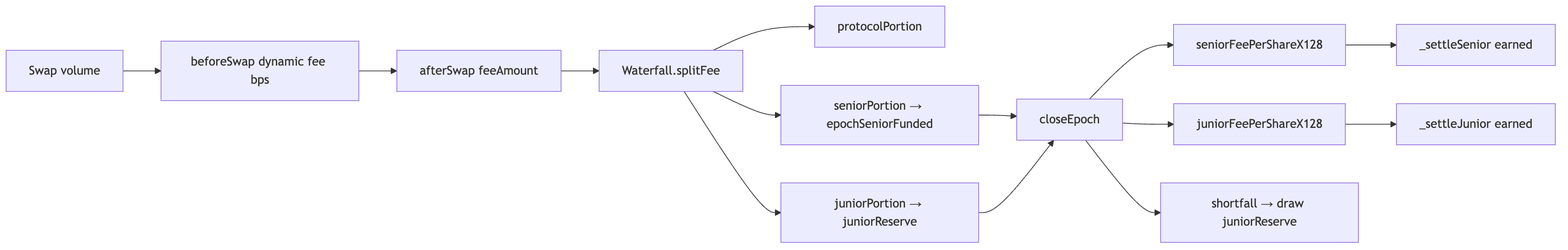
Earlier version of the Mermaid export docs/diagrams/png/fee-waterfall.png (guglxni/STRATUM). Its source is kept beside it as docs/diagrams/mermaid/fee-waterfall.mmd. Source of this version:
```mermaid
flowchart LR
    S[Swap volume] --> F[beforeSwap dynamic fee bps]
    F --> A[afterSwap feeAmount]
    A --> W[Waterfall.splitFee]
    W --> P[protocolPortion]
    W --> SN[seniorPortion → epochSeniorFunded]
    W --> JU[juniorPortion → juniorReserve]

    SN --> CE[closeEpoch]
    JU --> CE
    CE --> SF[seniorFeePerShareX128]
    CE --> JF[juniorFeePerShareX128]
    CE --> SH[shortfall → draw juniorReserve]

    SF --> SET[_settleSenior earned]
    JF --> SET2[_settleJunior earned]
```
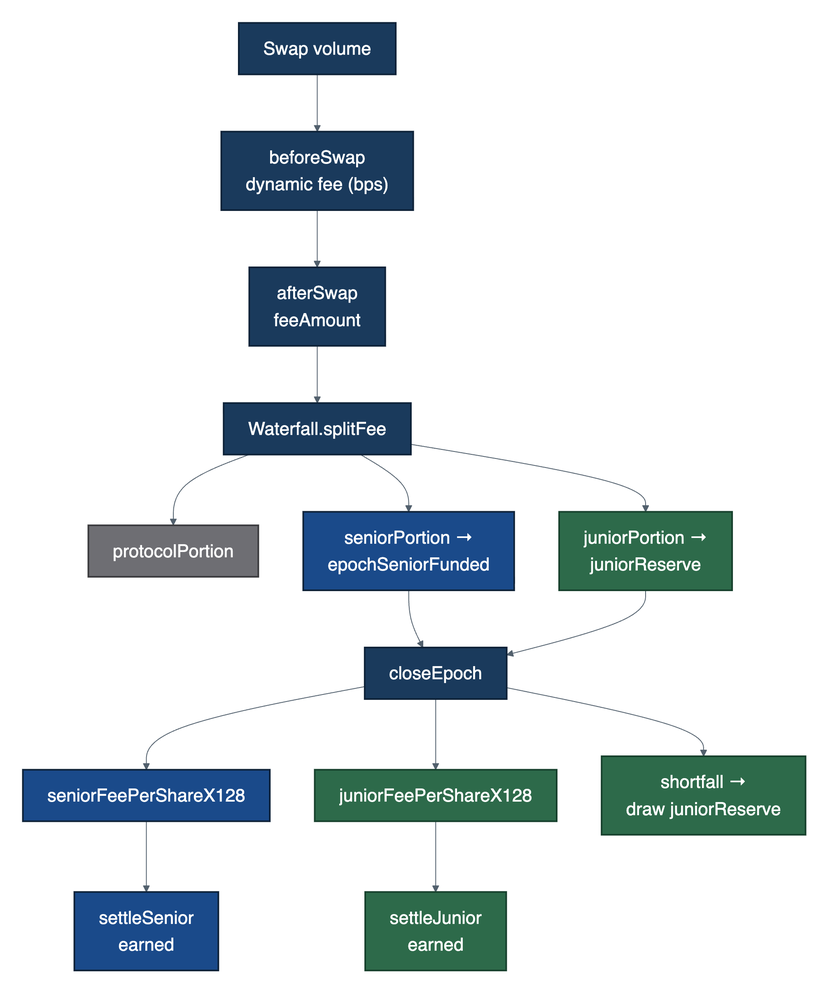
The same file after the commit.

The edit, as a diff of the source:
```diff
@@ -1,16 +1,28 @@
-flowchart LR
-    S[Swap volume] --> F[beforeSwap dynamic fee bps]
-    F --> A[afterSwap feeAmount]
-    A --> W[Waterfall.splitFee]
-    W --> P[protocolPortion]
-    W --> SN[seniorPortion → epochSeniorFunded]
-    W --> JU[juniorPortion → juniorReserve]
+%%{init: {'theme':'base','themeVariables':{'fontSize':'22px','fontFamily':'Helvetica','primaryColor':'#eef4ff','primaryBorderColor':'#1a3a5c','primaryTextColor':'#10202e','lineColor':'#52606d'},'flowchart':{'diagramPadding':28,'nodeSpacing':55,'rankSpacing':70,'subGraphTitleMargin':{'top':8,'bottom':16},'useMaxWidth':true,'htmlLabels':true}}}%%
+flowchart TB
+    S["Swap volume"] --> F["beforeSwap<br/>dynamic fee (bps)"]
+    F --> A["afterSwap<br/>feeAmount"]
+    A --> W["Waterfall.splitFee"]
 
-    SN --> CE[closeEpoch]
+    W --> P["protocolPortion"]
+    W --> SN["seniorPortion →<br/>epochSeniorFunded"]
+    W --> JU["juniorPortion →<br/>juniorReserve"]
+
+    SN --> CE["closeEpoch"]
     JU --> CE
-    CE --> SF[seniorFeePerShareX128]
-    CE --> JF[juniorFeePerShareX128]
-    CE --> SH[shortfall → draw juniorReserve]
+    CE --> SF["seniorFeePerShareX128"]
+    CE --> JF["juniorFeePerShareX128"]
+    CE --> SH["shortfall →<br/>draw juniorReserve"]
 
-    SF --> SET[_settleSenior earned]
-    JF --> SET2[_settleJunior earned]
+    SF --> SET["settleSenior<br/>earned"]
+    JF --> SET2["settleJunior<br/>earned"]
+
+    classDef stage fill:#1a3a5c,color:#ffffff,stroke:#0d2137,stroke-width:2px
+    classDef senior fill:#1a4a8a,color:#ffffff,stroke:#0d2137,stroke-width:2px
+    classDef junior fill:#2d6a4a,color:#ffffff,stroke:#16402c,stroke-width:2px
+    classDef proto fill:#6e6e73,color:#ffffff,stroke:#3a3a3d,stroke-width:2px
+
+    class S,F,A,W,CE stage
+    class SN,SF,SET senior
+    class JU,JF,SET2,SH junior
+    class P proto
```
